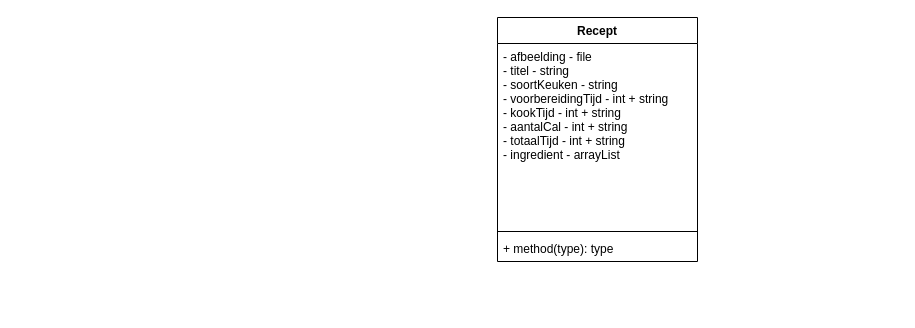
Earlier version of the draw.io diagram Recipe diagram.drawio (levibroeksma/NOVI-FullStackEndAssignment). Source tidied: cells renumbered, new cells numbered last; positions are measured from the earlier drawing's top-left corner, leaving out a move shared by most shapes. Both pictures are drawn from the tidied source at 100%, with x=0, y=0 at pixel (497, 17).
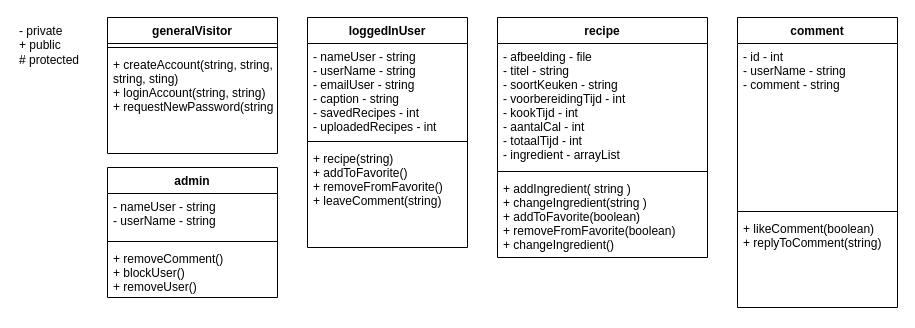
After the change.

Change to the diagram source:
```diff
@@
-    <mxCell id="2" value="Recept" style="swimlane;fontStyle=1;align=center;verticalAlign=top;horizontal=1;startSize=26;" parent="1" vertex="1">
-      <mxGeometry width="200" height="244" as="geometry" />
+    <mxCell id="2" value="recipe" style="swimlane;fontStyle=1;align=center;verticalAlign=top;horizontal=1;startSize=26;" parent="1" vertex="1">
+      <mxGeometry width="210" height="240" as="geometry" />
     </mxCell>
-    <mxCell id="3" value="- afbeelding - file&#10;- titel - string&#10;- soortKeuken - string&#10;- voorbereidingTijd - int + string&#10;- kookTijd - int + string&#10;- aantalCal - int + string&#10;- totaalTijd - int + string&#10;- ingredient - arrayList" style="text;strokeColor=none;fillColor=none;align=left;verticalAlign=top;spacingLeft=4;spacingRight=4;overflow=hidden;" parent="2" vertex="1">
-      <mxGeometry y="26" width="200" height="184" as="geometry" />
+    <mxCell id="3" value="- afbeelding - file&#10;- titel - string&#10;- soortKeuken - string&#10;- voorbereidingTijd - int&#10;- kookTijd - int&#10;- aantalCal - int&#10;- totaalTijd - int&#10;- ingredient - arrayList" style="text;strokeColor=none;fillColor=none;align=left;verticalAlign=top;spacingLeft=4;spacingRight=4;overflow=hidden;" parent="2" vertex="1">
+      <mxGeometry y="26" width="210" height="124" as="geometry" />
     </mxCell>
     <mxCell id="4" style="line;strokeWidth=1;fillColor=none;align=left;verticalAlign=middle;spacingTop=-1;spacingLeft=3;spacingRight=3;labelPosition=right;" parent="2" vertex="1">
-      <mxGeometry y="210" width="200" height="8" as="geometry" />
+      <mxGeometry y="150" width="210" height="8" as="geometry" />
     </mxCell>
-    <mxCell id="5" value="+ method(type): type" style="text;strokeColor=none;fillColor=none;align=left;verticalAlign=top;spacingLeft=4;spacingRight=4;overflow=hidden;" parent="2" vertex="1">
-      <mxGeometry y="218" width="200" height="26" as="geometry" />
+    <mxCell id="5" value="+ addIngredient( string )&#10;+ changeIngredient(string )&#10;+ addToFavorite(boolean)&#10;+ removeFromFavorite(boolean)&#10;+ changeIngredient()" style="text;strokeColor=none;fillColor=none;align=left;verticalAlign=top;spacingLeft=4;spacingRight=4;overflow=hidden;" parent="2" vertex="1">
+      <mxGeometry y="158" width="210" height="82" as="geometry" />
     </mxCell>
+    <mxCell id="6" value="generalVisitor" style="swimlane;fontStyle=1;align=center;verticalAlign=top;horizontal=1;startSize=26;" parent="1" vertex="1">
+      <mxGeometry x="-390" width="170" height="136" as="geometry" />
+    </mxCell>
+    <mxCell id="7" style="line;strokeWidth=1;fillColor=none;align=left;verticalAlign=middle;spacingTop=-1;spacingLeft=3;spacingRight=3;labelPosition=right;" parent="6" vertex="1">
+      <mxGeometry y="26" width="170" height="8" as="geometry" />
+    </mxCell>
+    <mxCell id="8" value="+ createAccount(string, string, &#10;string, sting)&#10;+ loginAccount(string, string)&#10;+ requestNewPassword(string)" style="text;strokeColor=none;fillColor=none;align=left;verticalAlign=top;spacingLeft=4;spacingRight=4;overflow=hidden;" parent="6" vertex="1">
+      <mxGeometry y="34" width="170" height="102" as="geometry" />
+    </mxCell>
+    <mxCell id="9" value="loggedInUser" style="swimlane;fontStyle=1;align=center;verticalAlign=top;horizontal=1;startSize=26;" parent="1" vertex="1">
+      <mxGeometry x="-190" width="160" height="230" as="geometry" />
+    </mxCell>
+    <mxCell id="10" value="- nameUser - string&#10;- userName - string&#10;- emailUser - string&#10;- caption - string&#10;- savedRecipes - int&#10;- uploadedRecipes - int" style="text;strokeColor=none;fillColor=none;align=left;verticalAlign=top;spacingLeft=4;spacingRight=4;overflow=hidden;" parent="9" vertex="1">
+      <mxGeometry y="26" width="160" height="94" as="geometry" />
+    </mxCell>
+    <mxCell id="11" style="line;strokeWidth=1;fillColor=none;align=left;verticalAlign=middle;spacingTop=-1;spacingLeft=3;spacingRight=3;labelPosition=right;" parent="9" vertex="1">
+      <mxGeometry y="120" width="160" height="8" as="geometry" />
+    </mxCell>
+    <mxCell id="12" value="+ recipe(string)&#10;+ addToFavorite()&#10;+ removeFromFavorite()&#10;+ leaveComment(string)" style="text;strokeColor=none;fillColor=none;align=left;verticalAlign=top;spacingLeft=4;spacingRight=4;overflow=hidden;" parent="9" vertex="1">
+      <mxGeometry y="128" width="160" height="102" as="geometry" />
+    </mxCell>
+    <mxCell id="13" value="- private&lt;br&gt;+ public&lt;br&gt;# protected" style="text;html=1;strokeColor=none;fillColor=none;align=left;verticalAlign=top;whiteSpace=wrap;rounded=0;" parent="1" vertex="1">
+      <mxGeometry x="-480" width="70" height="80" as="geometry" />
+    </mxCell>
+    <mxCell id="14" value="admin" style="swimlane;fontStyle=1;align=center;verticalAlign=top;horizontal=1;startSize=26;" parent="1" vertex="1">
+      <mxGeometry x="-390" y="150" width="170" height="130" as="geometry" />
+    </mxCell>
+    <mxCell id="15" value="- nameUser - string&#10;- userName - string" style="text;strokeColor=none;fillColor=none;align=left;verticalAlign=top;spacingLeft=4;spacingRight=4;overflow=hidden;" parent="14" vertex="1">
+      <mxGeometry y="26" width="170" height="44" as="geometry" />
+    </mxCell>
+    <mxCell id="16" style="line;strokeWidth=1;fillColor=none;align=left;verticalAlign=middle;spacingTop=-1;spacingLeft=3;spacingRight=3;labelPosition=right;" parent="14" vertex="1">
+      <mxGeometry y="70" width="170" height="8" as="geometry" />
+    </mxCell>
+    <mxCell id="17" value="+ removeComment()&#10;+ blockUser()&#10;+ removeUser()" style="text;strokeColor=none;fillColor=none;align=left;verticalAlign=top;spacingLeft=4;spacingRight=4;overflow=hidden;" parent="14" vertex="1">
+      <mxGeometry y="78" width="170" height="52" as="geometry" />
+    </mxCell>
+    <mxCell id="18" value="comment" style="swimlane;fontStyle=1;align=center;verticalAlign=top;horizontal=1;startSize=26;" parent="1" vertex="1">
+      <mxGeometry x="240" width="160" height="290" as="geometry" />
+    </mxCell>
+    <mxCell id="19" value="- id - int&#10;- userName - string&#10;- comment - string" style="text;strokeColor=none;fillColor=none;align=left;verticalAlign=top;spacingLeft=4;spacingRight=4;overflow=hidden;" parent="18" vertex="1">
+      <mxGeometry y="26" width="160" height="164" as="geometry" />
+    </mxCell>
+    <mxCell id="20" style="line;strokeWidth=1;fillColor=none;align=left;verticalAlign=middle;spacingTop=-1;spacingLeft=3;spacingRight=3;labelPosition=right;" parent="18" vertex="1">
+      <mxGeometry y="190" width="160" height="8" as="geometry" />
+    </mxCell>
+    <mxCell id="21" value="+ likeComment(boolean)&#10;+ replyToComment(string)&#10;" style="text;strokeColor=none;fillColor=none;align=left;verticalAlign=top;spacingLeft=4;spacingRight=4;overflow=hidden;" parent="18" vertex="1">
+      <mxGeometry y="198" width="160" height="92" as="geometry" />
+    </mxCell>
```
